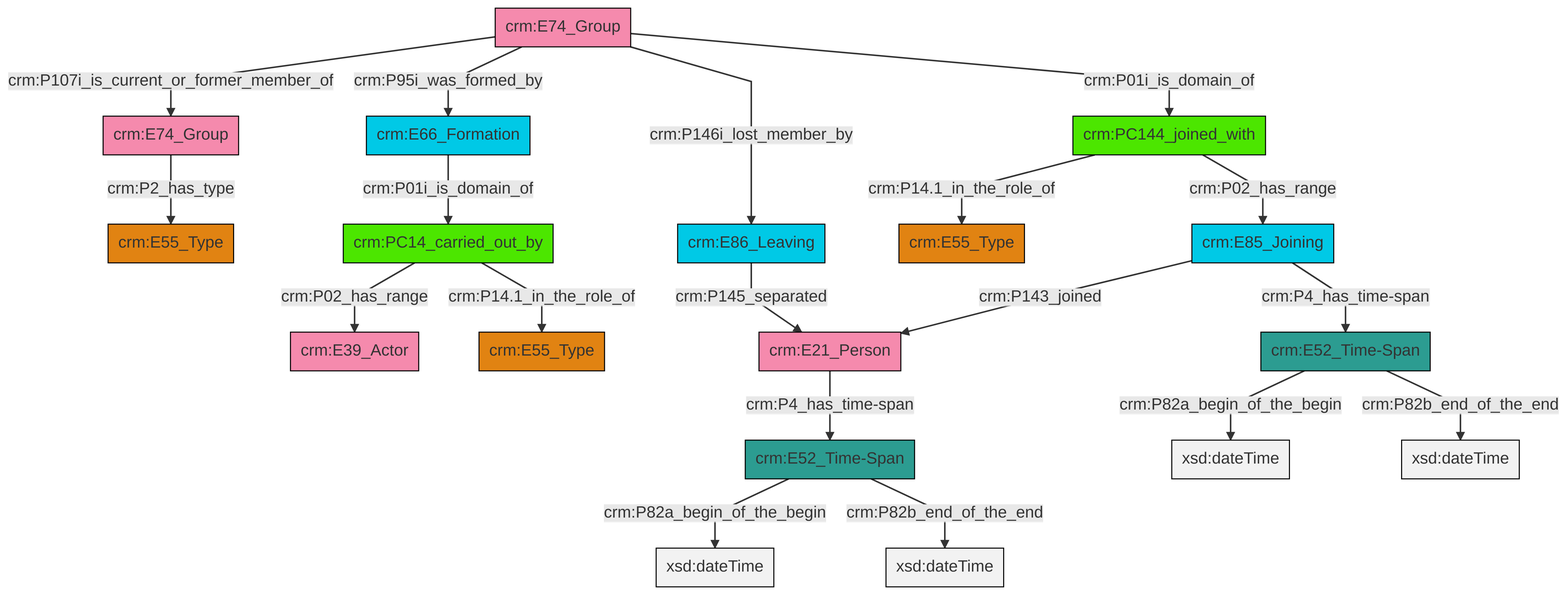
Before: et/groupCSV/ttl/mmd/png/group_actor_relations.png, a diagram exported from Mermaid (swiss-art-research-net/docs.swissartresearch). Its source is kept beside it as et/groupCSV/ttl/mmd/group_actor_relations.ttl.mmd.
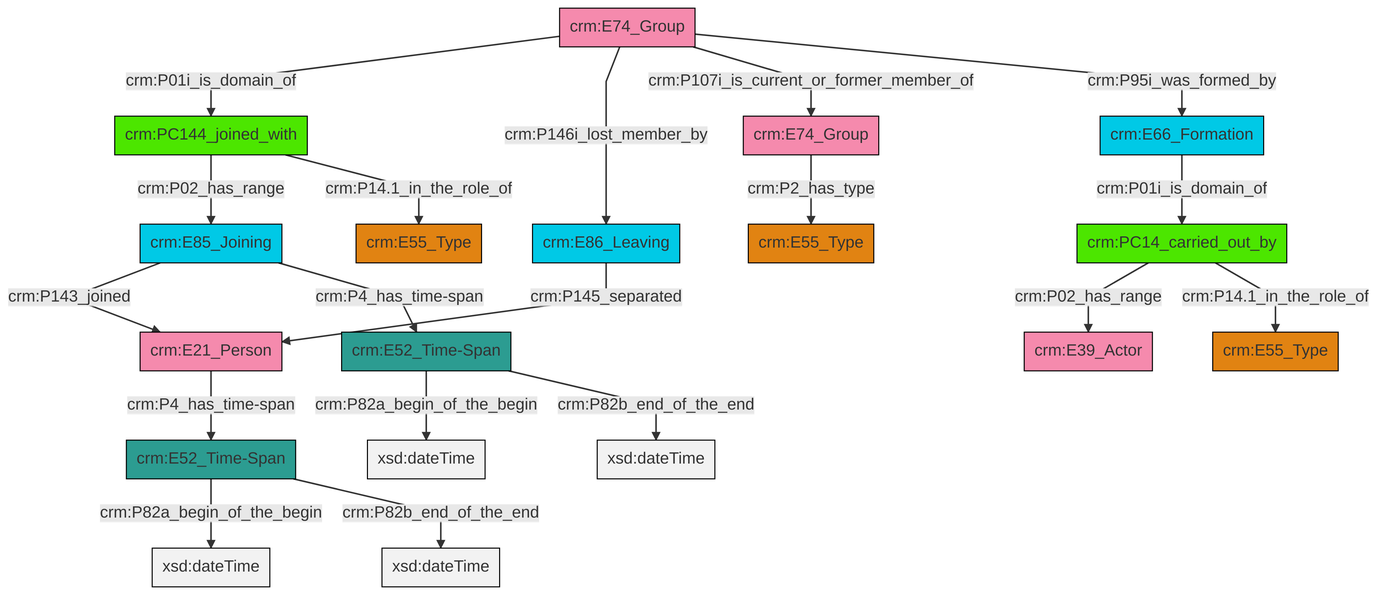
The same file after the commit.

The edit, as a diff of the source:
```diff
@@ -13,21 +13,21 @@
 classDef PC_Classes fill:#4ce600, stroke:#000000;
 classDef Multi fill:#cccccc,stroke:#000000;
 
-12["crm:PC144_joined_with"]:::PC_Classes -->|crm:P02_has_range| 13["crm:E85_Joining"]:::Temporal_Entity
-4["crm:E74_Group"]:::Actor -->|crm:P146i_lost_member_by| 14["crm:E86_Leaving"]:::Temporal_Entity
-17["crm:E66_Formation"]:::Temporal_Entity -->|crm:P01i_is_domain_of| 18["crm:PC14_carried_out_by"]:::PC_Classes
-13["crm:E85_Joining"]:::Temporal_Entity -->|crm:P143_joined| 10["crm:E21_Person"]:::Actor
-20["crm:E74_Group"]:::Actor -->|crm:P2_has_type| 6["crm:E55_Type"]:::Type
-4["crm:E74_Group"]:::Actor -->|crm:P107i_is_current_or_former_member_of| 20["crm:E74_Group"]:::Actor
-0["crm:E52_Time-Span"]:::Time-Span -->|crm:P82a_begin_of_the_begin| 21[xsd:dateTime]:::Literal
-4["crm:E74_Group"]:::Actor -->|crm:P95i_was_formed_by| 17["crm:E66_Formation"]:::Temporal_Entity
-14["crm:E86_Leaving"]:::Temporal_Entity -->|crm:P145_separated| 10["crm:E21_Person"]:::Actor
-27["crm:E52_Time-Span"]:::Time-Span -->|crm:P82a_begin_of_the_begin| 28[xsd:dateTime]:::Literal
-0["crm:E52_Time-Span"]:::Time-Span -->|crm:P82b_end_of_the_end| 29[xsd:dateTime]:::Literal
-18["crm:PC14_carried_out_by"]:::PC_Classes -->|crm:P02_has_range| 2["crm:E39_Actor"]:::Actor
-10["crm:E21_Person"]:::Actor -->|crm:P4_has_time-span| 0["crm:E52_Time-Span"]:::Time-Span
-12["crm:PC144_joined_with"]:::PC_Classes -->|crm:P14.1_in_the_role_of| 15["crm:E55_Type"]:::Type
-13["crm:E85_Joining"]:::Temporal_Entity -->|crm:P4_has_time-span| 27["crm:E52_Time-Span"]:::Time-Span
-18["crm:PC14_carried_out_by"]:::PC_Classes -->|crm:P14.1_in_the_role_of| 8["crm:E55_Type"]:::Type
-27["crm:E52_Time-Span"]:::Time-Span -->|crm:P82b_end_of_the_end| 34[xsd:dateTime]:::Literal
-4["crm:E74_Group"]:::Actor -->|crm:P01i_is_domain_of| 12["crm:PC144_joined_with"]:::PC_Classes
+2["crm:E85_Joining"]:::Temporal_Entity -->|crm:P143_joined| 3["crm:E21_Person"]:::Actor
+6["crm:PC14_carried_out_by"]:::PC_Classes -->|crm:P02_has_range| 7["crm:E39_Actor"]:::Actor
+2["crm:E85_Joining"]:::Temporal_Entity -->|crm:P4_has_time-span| 8["crm:E52_Time-Span"]:::Time-Span
+13["crm:E74_Group"]:::Actor -->|crm:P01i_is_domain_of| 14["crm:PC144_joined_with"]:::PC_Classes
+6["crm:PC14_carried_out_by"]:::PC_Classes -->|crm:P14.1_in_the_role_of| 11["crm:E55_Type"]:::Type
+9["crm:E86_Leaving"]:::Temporal_Entity -->|crm:P145_separated| 3["crm:E21_Person"]:::Actor
+13["crm:E74_Group"]:::Actor -->|crm:P146i_lost_member_by| 9["crm:E86_Leaving"]:::Temporal_Entity
+22["crm:E52_Time-Span"]:::Time-Span -->|crm:P82a_begin_of_the_begin| 23[xsd:dateTime]:::Literal
+3["crm:E21_Person"]:::Actor -->|crm:P4_has_time-span| 22["crm:E52_Time-Span"]:::Time-Span
+22["crm:E52_Time-Span"]:::Time-Span -->|crm:P82b_end_of_the_end| 24[xsd:dateTime]:::Literal
+8["crm:E52_Time-Span"]:::Time-Span -->|crm:P82a_begin_of_the_begin| 25[xsd:dateTime]:::Literal
+14["crm:PC144_joined_with"]:::PC_Classes -->|crm:P02_has_range| 2["crm:E85_Joining"]:::Temporal_Entity
+27["crm:E74_Group"]:::Actor -->|crm:P2_has_type| 17["crm:E55_Type"]:::Type
+13["crm:E74_Group"]:::Actor -->|crm:P107i_is_current_or_former_member_of| 27["crm:E74_Group"]:::Actor
+8["crm:E52_Time-Span"]:::Time-Span -->|crm:P82b_end_of_the_end| 30[xsd:dateTime]:::Literal
+13["crm:E74_Group"]:::Actor -->|crm:P95i_was_formed_by| 0["crm:E66_Formation"]:::Temporal_Entity
+0["crm:E66_Formation"]:::Temporal_Entity -->|crm:P01i_is_domain_of| 6["crm:PC14_carried_out_by"]:::PC_Classes
+14["crm:PC144_joined_with"]:::PC_Classes -->|crm:P14.1_in_the_role_of| 4["crm:E55_Type"]:::Type
```
